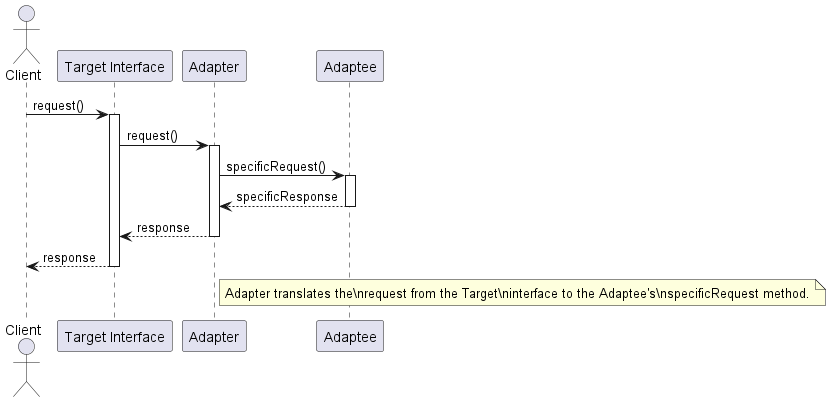
Gabriel-SoftwareAG/DesignPatterns keeps this PlantUML diagram as Patterns/Manuscript/manuscript/images/ch06_Adapter/AdapterPatternSequenceDiagram.png. Above is the earlier version.
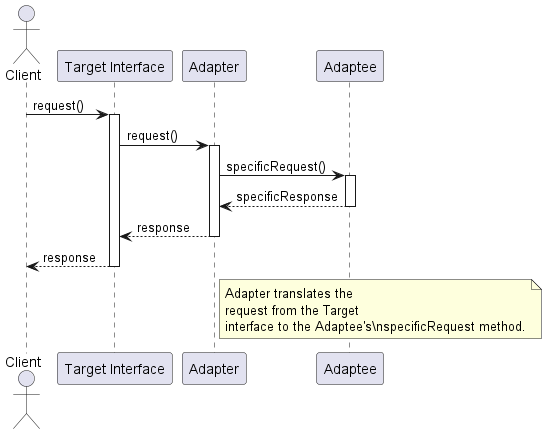
The same diagram one commit later.

The edit, as a diff of the source:
```diff
@@ -24,7 +24,9 @@
 deactivate Target
 
 note right of Adapter
-  Adapter translates the\nrequest from the Target\ninterface to the Adaptee's\nspecificRequest method.
+  Adapter translates the
+  request from the Target
+  interface to the Adaptee's\nspecificRequest method.
 end note
 
 @enduml
```
